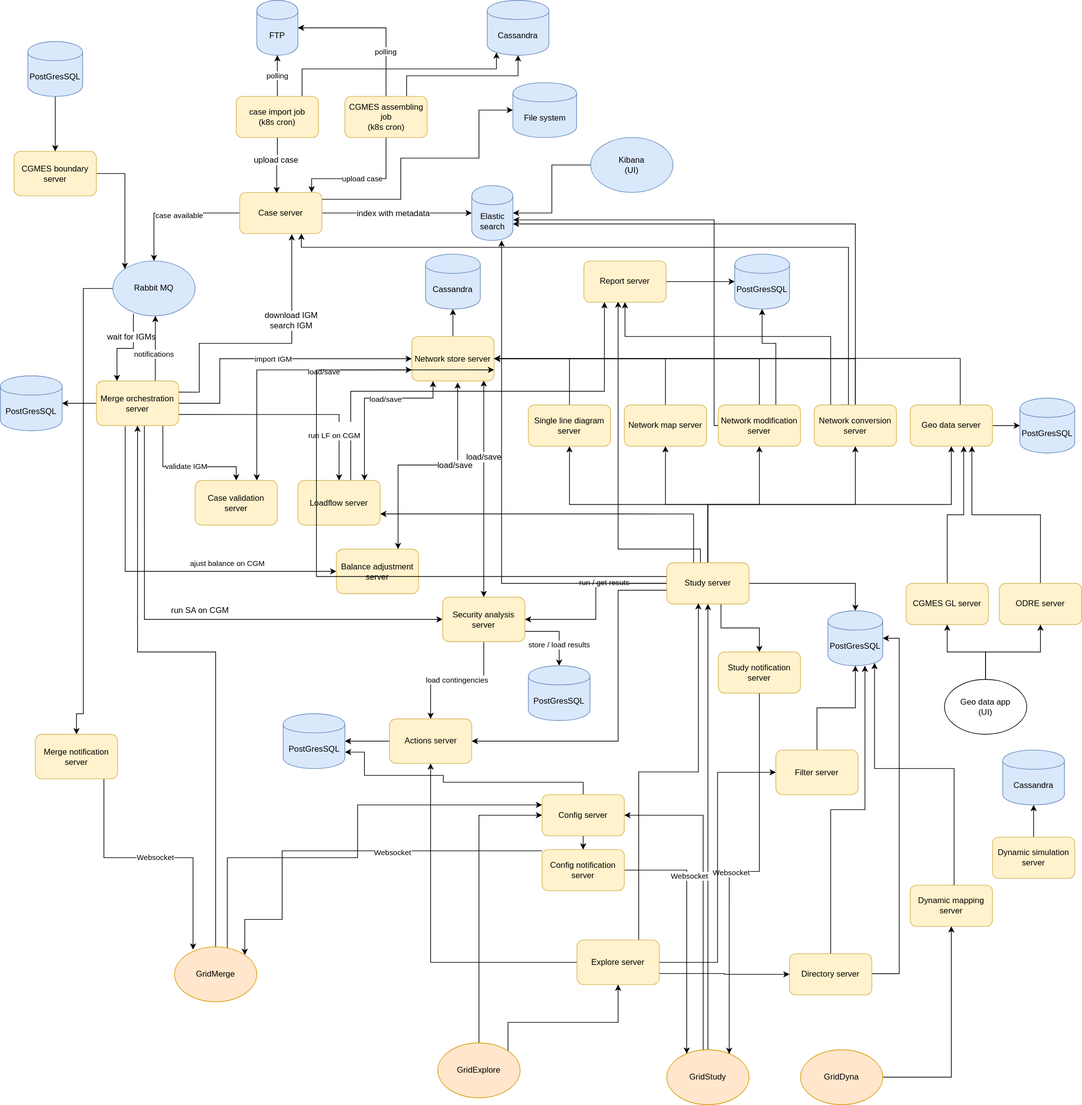
gridsuite/documentation keeps this draw.io diagram as diagrams/gridsuite_architecture.svg. Above is the earlier version. Source tidied: cells renumbered, new cells last; positions are measured from the earlier drawing's top-left corner, leaving out a move shared by most shapes.
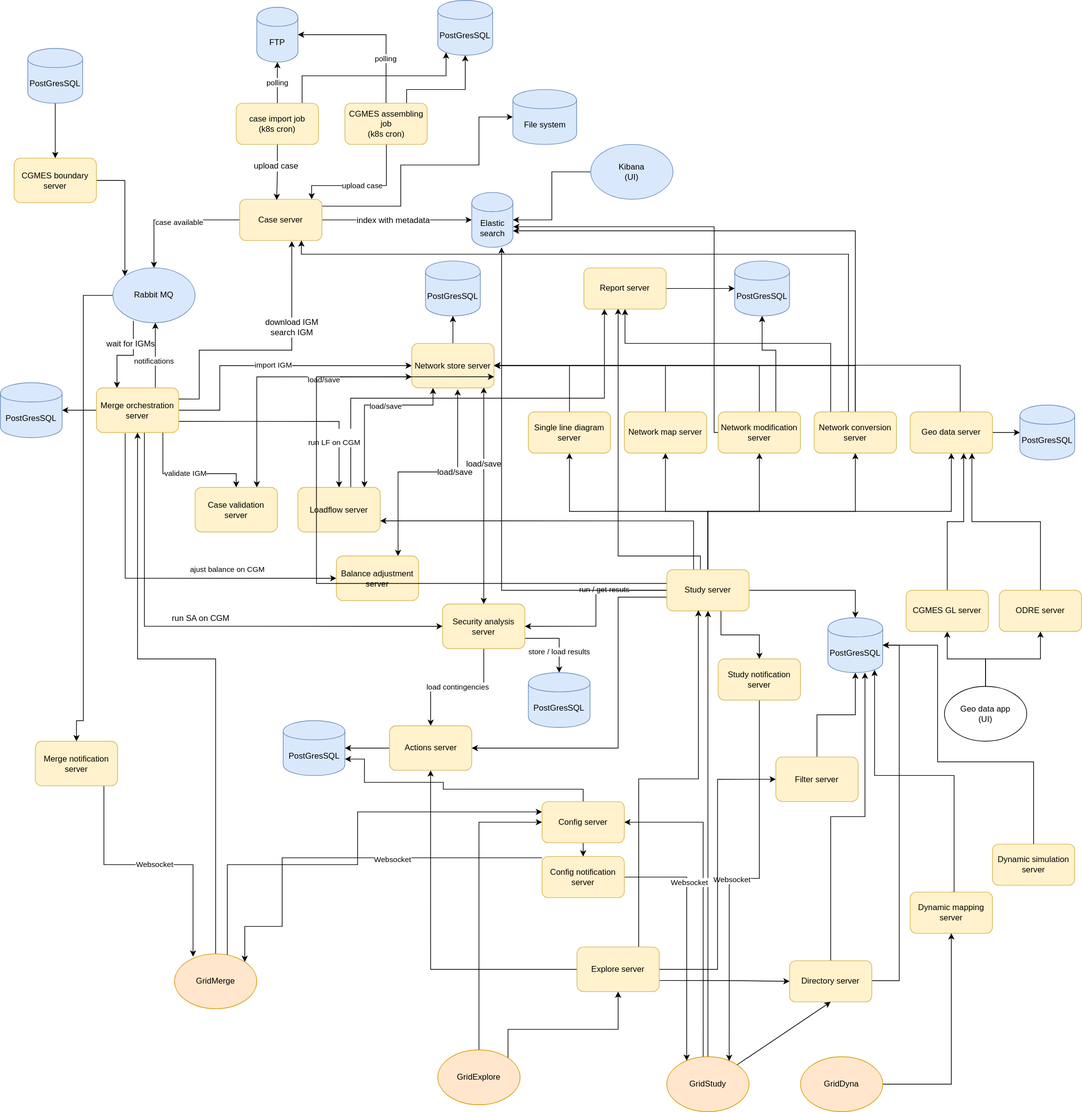
The same diagram one commit later.

Commit message:
feat(diagram): replace cassandra blocks with Postgres ones. Add a dependency between GridStudy and directory-server (get contingency lists for SA)

What changed in the source:
```diff
@@ -66,11 +66,11 @@
     <mxCell id="15" value="upload case" style="text;html=1;align=center;verticalAlign=middle;labelBackgroundColor=#ffffff;" parent="14" vertex="1">
       <mxGeometry x="-0.22" y="-3" relative="1" as="geometry" />
     </mxCell>
-    <mxCell id="16" style="edgeStyle=orthogonalEdgeStyle;rounded=0;jettySize=auto;html=1;entryX=0.15;entryY=0.95;entryDx=0;entryDy=0;entryPerimeter=0;" parent="1" edge="1" source="18" target="50">
+    <mxCell id="16" style="edgeStyle=orthogonalEdgeStyle;rounded=0;jettySize=auto;html=1;entryX=0.15;entryY=0.95;entryDx=0;entryDy=0;entryPerimeter=0;" parent="1" edge="1" source="18" target="153">
       <mxGeometry relative="1" as="geometry">
         <Array as="points">
           <mxPoint x="440" y="100" />
-          <mxPoint x="724" y="100" />
+          <mxPoint x="650" y="100" />
         </Array>
       </mxGeometry>
     </mxCell>
@@ -138,7 +138,7 @@
     <mxCell id="30" value="load/save" style="text;html=1;align=center;verticalAlign=middle;labelBackgroundColor=#ffffff;fontColor=#000000;" parent="29" vertex="1">
       <mxGeometry x="-0.3" y="-1" relative="1" as="geometry" />
     </mxCell>
-    <mxCell id="31" style="edgeStyle=orthogonalEdgeStyle;rounded=0;jettySize=auto;html=1;entryX=0.5;entryY=1;entryDx=0;entryDy=0;strokeColor=#000000;fontColor=#000000;" parent="1" edge="1" source="34" target="40">
+    <mxCell id="31" style="edgeStyle=orthogonalEdgeStyle;rounded=0;jettySize=auto;html=1;strokeColor=#000000;fontColor=#000000;entryX=0.5;entryY=1;entryDx=0;entryDy=0;" parent="1" edge="1" source="34" target="154">
       <mxGeometry relative="1" as="geometry" />
     </mxCell>
     <mxCell id="32" style="edgeStyle=orthogonalEdgeStyle;rounded=0;orthogonalLoop=1;jettySize=auto;html=1;strokeColor=#000000;fontColor=#000000;startArrow=classic;startFill=1;" parent="1" edge="1">
@@ -177,9 +177,6 @@
     <mxCell id="39" value="Security analysis server" style="rounded=1;whiteSpace=wrap;html=1;fillColor=#fff2cc;strokeColor=#d6b656;" parent="1" vertex="1">
       <mxGeometry x="645" y="870" width="120" height="65" as="geometry" />
     </mxCell>
-    <mxCell id="40" value="Cassandra" style="shape=cylinder;whiteSpace=wrap;html=1;boundedLbl=1;backgroundOutline=1;fillColor=#dae8fc;strokeColor=#6c8ebf;" parent="1" vertex="1">
-      <mxGeometry x="620" y="370" width="80" height="80" as="geometry" />
-    </mxCell>
     <mxCell id="41" style="edgeStyle=orthogonalEdgeStyle;rounded=0;jettySize=auto;html=1;entryX=0.25;entryY=1;entryDx=0;entryDy=0;" parent="1" edge="1" source="42" target="151">
       <mxGeometry relative="1" as="geometry">
         <Array as="points">
@@ -220,9 +217,6 @@
     <mxCell id="49" value="PostGresSQL" style="shape=cylinder;whiteSpace=wrap;html=1;boundedLbl=1;backgroundOutline=1;fillColor=#dae8fc;strokeColor=#6c8ebf;" parent="1" vertex="1">
       <mxGeometry y="547.5" width="90" height="80" as="geometry" />
     </mxCell>
-    <mxCell id="50" value="Cassandra" style="shape=cylinder;whiteSpace=wrap;html=1;boundedLbl=1;backgroundOutline=1;fillColor=#dae8fc;strokeColor=#6c8ebf;" parent="1" vertex="1">
-      <mxGeometry x="710" width="90" height="80" as="geometry" />
-    </mxCell>
     <mxCell id="51" style="edgeStyle=orthogonalEdgeStyle;rounded=0;jettySize=auto;html=1;entryX=1;entryY=0.5;entryDx=0;entryDy=0;" parent="1" edge="1" source="52" target="53">
       <mxGeometry relative="1" as="geometry" />
     </mxCell>
@@ -256,8 +250,13 @@
     <mxCell id="59" value="Merge notification server" style="rounded=1;whiteSpace=wrap;html=1;fillColor=#fff2cc;strokeColor=#d6b656;" parent="1" vertex="1">
       <mxGeometry x="51" y="1070" width="120" height="65" as="geometry" />
     </mxCell>
-    <mxCell id="60" style="edgeStyle=orthogonalEdgeStyle;rounded=0;jettySize=auto;html=1;startArrow=none;startFill=0;strokeColor=#000000;fontColor=#000000;exitX=0.75;exitY=0;exitDx=0;exitDy=0;" parent="1" edge="1" source="63" target="50">
-      <mxGeometry relative="1" as="geometry" />
+    <mxCell id="60" style="edgeStyle=orthogonalEdgeStyle;rounded=0;jettySize=auto;html=1;startArrow=none;startFill=0;strokeColor=#000000;fontColor=#000000;exitX=0.75;exitY=0;exitDx=0;exitDy=0;" parent="1" edge="1" source="63" target="153">
+      <mxGeometry relative="1" as="geometry">
+        <Array as="points">
+          <mxPoint x="593" y="120" />
+          <mxPoint x="678" y="120" />
+        </Array>
+      </mxGeometry>
     </mxCell>
     <mxCell id="61" style="edgeStyle=orthogonalEdgeStyle;rounded=0;jettySize=auto;html=1;entryX=1;entryY=0.5;entryDx=0;entryDy=0;startArrow=none;startFill=0;strokeColor=#000000;fontColor=#000000;exitX=0.5;exitY=0;exitDx=0;exitDy=0;" parent="1" edge="1" source="63" target="13">
       <mxGeometry relative="1" as="geometry" />
@@ -637,20 +636,32 @@
     <mxCell id="146" value="&lt;div&gt;Explore server&lt;/div&gt;" style="rounded=1;whiteSpace=wrap;html=1;fillColor=#fff2cc;strokeColor=#d6b656;" parent="1" vertex="1">
       <mxGeometry x="841" y="1370" width="120" height="65" as="geometry" />
     </mxCell>
-    <mxCell id="147" style="edgeStyle=orthogonalEdgeStyle;rounded=0;jettySize=auto;html=1;entryX=0.5;entryY=1;entryDx=0;entryDy=0;" parent="1" edge="1" source="148" target="149">
-      <mxGeometry relative="1" as="geometry" />
+    <mxCell id="147" style="edgeStyle=orthogonalEdgeStyle;rounded=0;jettySize=auto;html=1;entryX=1;entryY=0.5;entryDx=0;entryDy=0;" parent="1" edge="1" source="148" target="122">
+      <mxGeometry relative="1" as="geometry">
+        <Array as="points">
+          <mxPoint x="1507" y="1100" />
+          <mxPoint x="1367" y="1100" />
+          <mxPoint x="1367" y="930" />
+        </Array>
+      </mxGeometry>
     </mxCell>
     <mxCell id="148" value="Dynamic simulation server" style="rounded=1;whiteSpace=wrap;html=1;fillColor=#fff2cc;strokeColor=#d6b656;" parent="1" vertex="1">
       <mxGeometry x="1447" y="1220" width="120" height="60" as="geometry" />
     </mxCell>
-    <mxCell id="149" value="Cassandra" style="shape=cylinder;whiteSpace=wrap;html=1;boundedLbl=1;backgroundOutline=1;fillColor=#dae8fc;strokeColor=#6c8ebf;" parent="1" vertex="1">
-      <mxGeometry x="1462" y="1093" width="90" height="80" as="geometry" />
-    </mxCell>
     <mxCell id="150" style="edgeStyle=orthogonalEdgeStyle;rounded=0;jettySize=auto;html=1;" parent="1" edge="1" source="151" target="125">
       <mxGeometry relative="1" as="geometry" />
     </mxCell>
     <mxCell id="151" value="Report server" style="rounded=1;whiteSpace=wrap;html=1;fillColor=#fff2cc;strokeColor=#d6b656;" parent="1" vertex="1">
       <mxGeometry x="851" y="380" width="120" height="60" as="geometry" />
     </mxCell>
+    <mxCell id="152" style="endArrow=classic;html=1;rounded=0;exitX=1;exitY=0;exitDx=0;exitDy=0;entryX=0.5;entryY=1;entryDx=0;entryDy=0;" parent="1" edge="1" source="111" target="132">
+      <mxGeometry relative="1" as="geometry" />
+    </mxCell>
+    <mxCell id="153" value="PostGresSQL" style="shape=cylinder;whiteSpace=wrap;html=1;boundedLbl=1;backgroundOutline=1;fillColor=#dae8fc;strokeColor=#6c8ebf;" parent="1" vertex="1">
+      <mxGeometry x="638" y="-10" width="80" height="80" as="geometry" />
+    </mxCell>
+    <mxCell id="154" value="PostGresSQL" style="shape=cylinder;whiteSpace=wrap;html=1;boundedLbl=1;backgroundOutline=1;fillColor=#dae8fc;strokeColor=#6c8ebf;" parent="1" vertex="1">
+      <mxGeometry x="620" y="370" width="80" height="80" as="geometry" />
+    </mxCell>
   </root>
 </mxGraphModel>
```
